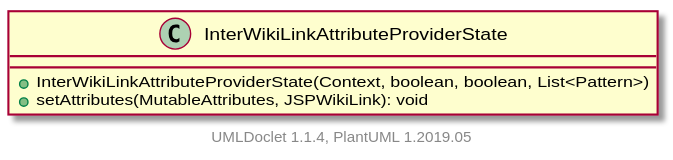
This is apidocs/2.11.0.M8-SNAPSHOT/org/apache/wiki/markdown/extensions/jspwikilinks/attributeprovider/InterWikiLinkAttributeProviderState.svg from apache/jspwiki-site, a PlantUML export, as it was before one commit.
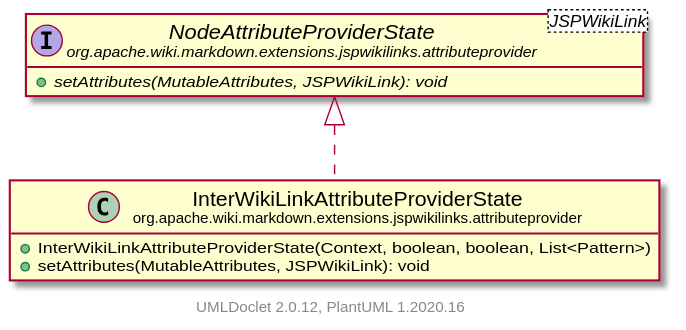
After the change.

The edit, as a diff of the source:
```diff
@@ -1,10 +1,18 @@
 @startuml
+    set namespaceSeparator none
+    hide empty fields
+    hide empty methods
 
-    class InterWikiLinkAttributeProviderState [[InterWikiLinkAttributeProviderState.html]] {
+    class "<size:14>InterWikiLinkAttributeProviderState\n<size:10>org.apache.wiki.markdown.extensions.jspwikilinks.attributeprovider" as org.apache.wiki.markdown.extensions.jspwikilinks.attributeprovider.InterWikiLinkAttributeProviderState [[InterWikiLinkAttributeProviderState.html]] {
         +InterWikiLinkAttributeProviderState(Context, boolean, boolean, List<Pattern>)
         +setAttributes(MutableAttributes, JSPWikiLink): void
     }
 
+    interface "<size:14>NodeAttributeProviderState\n<size:10>org.apache.wiki.markdown.extensions.jspwikilinks.attributeprovider" as org.apache.wiki.markdown.extensions.jspwikilinks.attributeprovider.NodeAttributeProviderState<JSPWikiLink> [[NodeAttributeProviderState.html]] {
+        {abstract} +setAttributes(MutableAttributes, JSPWikiLink): void
+    }
 
-    center footer UMLDoclet 1.1.4, PlantUML 1.2019.05
+    org.apache.wiki.markdown.extensions.jspwikilinks.attributeprovider.NodeAttributeProviderState <|.. org.apache.wiki.markdown.extensions.jspwikilinks.attributeprovider.InterWikiLinkAttributeProviderState
+
+    center footer UMLDoclet 2.0.12, PlantUML 1.2020.16
 @enduml
```
